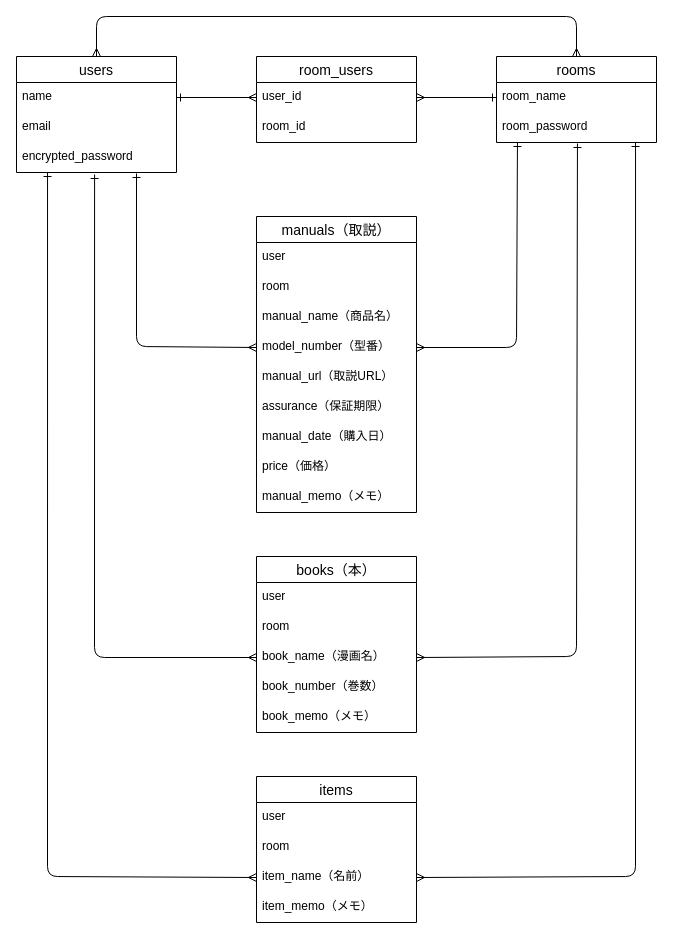
Before: ER図.dio in crow0808/kanri-app, a draw.io diagram. Source tidied: cells renumbered, new cells numbered last; positions are measured from the earlier drawing's top-left corner, leaving out a move shared by most shapes. Both pictures are drawn from the tidied source at 100%, with x=0, y=0 at pixel (16, 16).
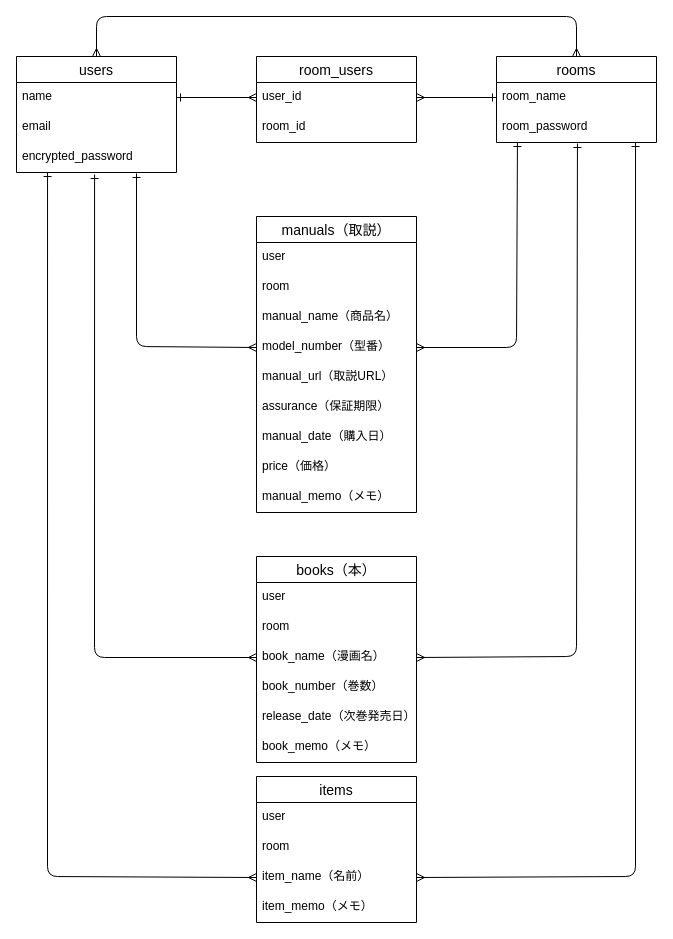
The same diagram, later.

Change to the diagram source:
```diff
@@
     <mxCell id="6" value="books（本）" style="swimlane;fontStyle=0;horizontal=1;startSize=26;align=center;fontSize=14;" parent="1" vertex="1">
-      <mxGeometry x="240" y="540" width="160" height="176" as="geometry" />
+      <mxGeometry x="240" y="540" width="160" height="206" as="geometry" />
     </mxCell>
@@
+    <mxCell id="42" value="release_date（次巻発売日）" style="text;strokeColor=none;fillColor=none;spacingLeft=4;spacingRight=4;overflow=hidden;fontSize=12;" parent="6" vertex="1">
+      <mxGeometry y="146" width="160" height="30" as="geometry" />
+    </mxCell>
     <mxCell id="11" value="book_memo（メモ）" style="text;strokeColor=none;fillColor=none;spacingLeft=4;spacingRight=4;overflow=hidden;fontSize=12;" parent="6" vertex="1">
-      <mxGeometry y="146" width="160" height="30" as="geometry" />
+      <mxGeometry y="176" width="160" height="30" as="geometry" />
     </mxCell>
```
